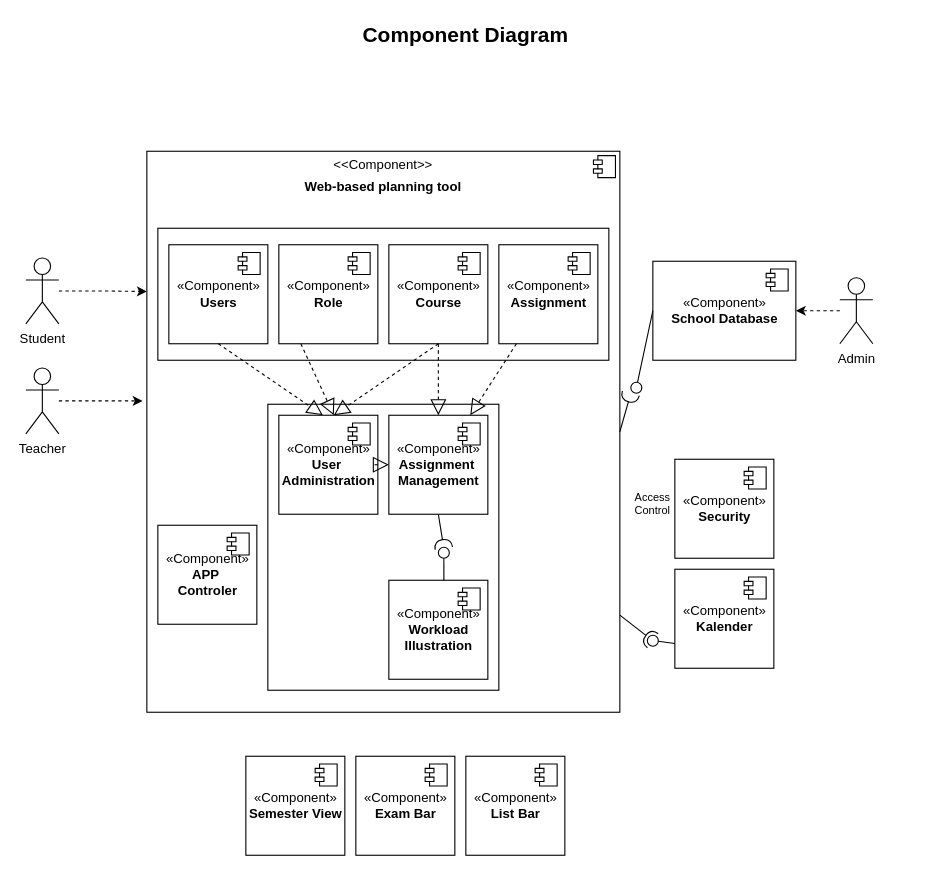
The draw.io diagram diagrams/Untitled Diagram.drawio in die-drei-fragezeichen/eXama, before the edit. Source tidied: cells renumbered, new cells numbered last; positions are measured from the earlier drawing's top-left corner, leaving out a move shared by most shapes. Both pictures are drawn from the tidied source at 110%, with x=0, y=0 at pixel (25, 19).
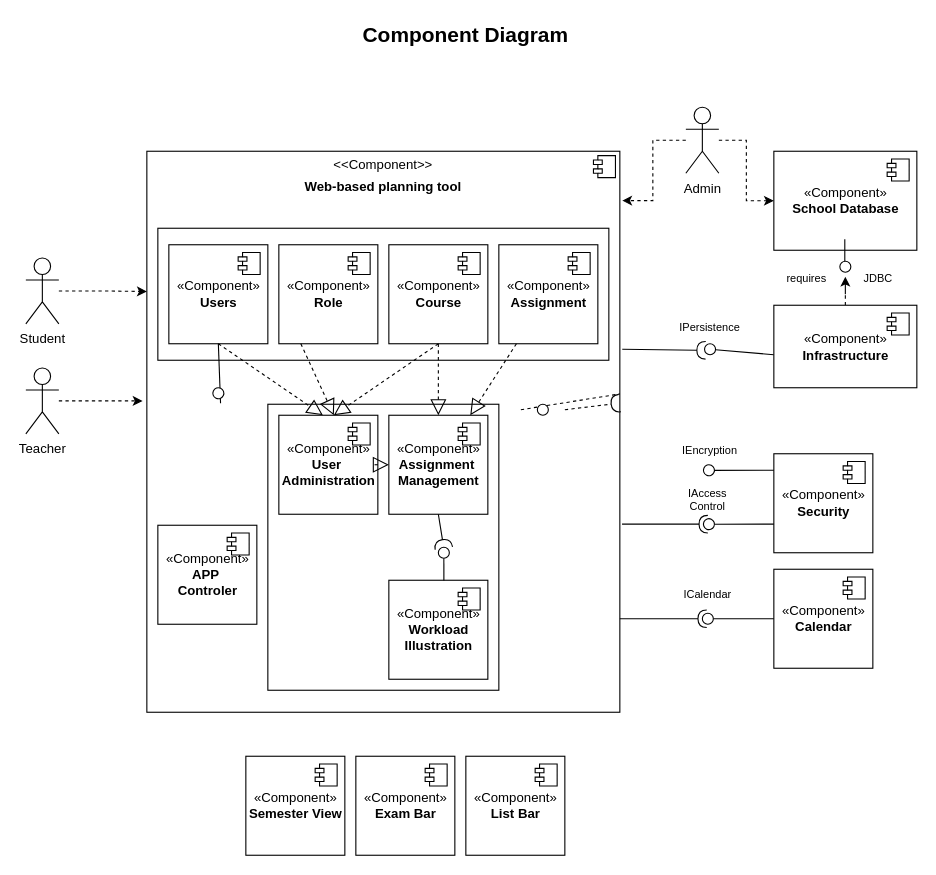
The same diagram, later.

Unchanged cells that the change refers to:
```xml
<mxCell id="2" value="&lt;p style=&quot;margin: 0px ; margin-top: 6px ; text-align: center&quot;&gt;&amp;lt;&amp;lt;Component&amp;gt;&amp;gt;&lt;/p&gt;&lt;p style=&quot;margin: 0px ; margin-top: 6px ; text-align: center&quot;&gt;&lt;b&gt;Web-based planning tool&lt;/b&gt;&lt;/p&gt;" style="align=left;overflow=fill;html=1;" parent="1" vertex="1">
  <mxGeometry x="110" y="120" width="430" height="510" as="geometry" />
</mxCell>
<mxCell id="30" value="«Component»&lt;br&gt;&lt;b&gt;Users&lt;/b&gt;" style="html=1;" parent="1" vertex="1">
  <mxGeometry x="130" y="205" width="90" height="90" as="geometry" />
</mxCell>
```

The edit, as a diff of the source:
```diff
@@
     <mxCell id="6" value="«Component»&lt;br&gt;&lt;b&gt;School Database&lt;/b&gt;" style="html=1;" parent="1" vertex="1">
-      <mxGeometry x="570" y="220" width="130" height="90" as="geometry" />
+      <mxGeometry x="680" y="120" width="130" height="90" as="geometry" />
     </mxCell>
@@
-    <mxCell id="10" style="edgeStyle=orthogonalEdgeStyle;rounded=0;jettySize=auto;html=1;entryX=1;entryY=0.5;entryDx=0;entryDy=0;dashed=1;" parent="1" edge="1" source="11" target="6">
-      <mxGeometry relative="1" as="geometry" />
-    </mxCell>
-    <mxCell id="11" value="Admin" style="shape=umlActor;verticalLabelPosition=bottom;verticalAlign=top;html=1;" parent="1" vertex="1">
-      <mxGeometry x="740" y="235" width="30" height="60" as="geometry" />
-    </mxCell>
@@
-    <mxCell id="14" style="rounded=0;jettySize=auto;html=1;endArrow=none;endFill=0;exitX=0;exitY=0.5;exitDx=0;exitDy=0;" parent="1" edge="1" source="6" target="16">
+    <mxCell id="14" style="rounded=0;jettySize=auto;html=1;endArrow=none;endFill=0;exitX=0;exitY=0.6;exitDx=0;exitDy=0;exitPerimeter=0;" parent="1" edge="1" source="65" target="16">
       <mxGeometry relative="1" as="geometry" />
     </mxCell>
-    <mxCell id="15" style="rounded=0;jettySize=auto;html=1;endArrow=halfCircle;endFill=0;endSize=6;strokeWidth=1;exitX=1;exitY=0.5;exitDx=0;exitDy=0;" parent="1" edge="1" source="2">
+    <mxCell id="15" style="rounded=0;orthogonalLoop=1;jettySize=auto;html=1;endArrow=halfCircle;endFill=0;endSize=6;strokeWidth=1;exitX=1.005;exitY=0.353;exitDx=0;exitDy=0;exitPerimeter=0;entryX=0.1;entryY=0.6;entryDx=0;entryDy=0;entryPerimeter=0;" parent="1" edge="1">
       <mxGeometry relative="1" as="geometry">
-        <mxPoint x="550" y="340" as="targetPoint" />
+        <mxPoint x="542.2" y="300" as="sourcePoint" />
+        <mxPoint x="618" y="301" as="targetPoint" />
       </mxGeometry>
     </mxCell>
     <mxCell id="16" style="ellipse;whiteSpace=wrap;html=1;fontFamily=Helvetica;fontSize=12;fontColor=#000000;align=center;strokeColor=#000000;fillColor=#ffffff;points=[];" parent="1" vertex="1">
-      <mxGeometry x="550" y="330" width="10" height="10" as="geometry" />
+      <mxGeometry x="617" y="295" width="10" height="10" as="geometry" />
     </mxCell>
@@
-    <mxCell id="24" value="«Component»&lt;br&gt;&lt;b&gt;Kalender&lt;/b&gt;" style="html=1;" parent="1" vertex="1">
-      <mxGeometry x="590" y="500" width="90" height="90" as="geometry" />
+    <mxCell id="24" value="«Component»&lt;br&gt;&lt;b&gt;Calendar&lt;/b&gt;" style="html=1;" parent="1" vertex="1">
+      <mxGeometry x="680" y="500" width="90" height="90" as="geometry" />
     </mxCell>
@@
     <mxCell id="40" value="«Component»&lt;br&gt;&lt;b&gt;Security&lt;/b&gt;" style="html=1;" parent="1" vertex="1">
-      <mxGeometry x="590" y="400" width="90" height="90" as="geometry" />
+      <mxGeometry x="680" y="395" width="90" height="90" as="geometry" />
     </mxCell>
@@
-    <mxCell id="42" style="rounded=0;jettySize=auto;html=1;endArrow=none;endFill=0;fontSize=19;exitX=0;exitY=0.75;exitDx=0;exitDy=0;" parent="1" edge="1" source="24" target="44">
+    <mxCell id="42" style="rounded=0;jettySize=auto;html=1;endArrow=none;endFill=0;fontSize=19;exitX=0;exitY=0.5;exitDx=0;exitDy=0;" parent="1" edge="1" source="24" target="44">
       <mxGeometry relative="1" as="geometry" />
     </mxCell>
-    <mxCell id="43" style="rounded=0;jettySize=auto;html=1;endArrow=halfCircle;endFill=0;entryX=0.5;entryY=0.5;entryDx=0;entryDy=0;endSize=6;strokeWidth=1;fontSize=19;" parent="1" edge="1" source="2" target="44">
-      <mxGeometry relative="1" as="geometry" />
+    <mxCell id="43" style="rounded=0;orthogonalLoop=1;jettySize=auto;html=1;endArrow=halfCircle;endFill=0;endSize=6;strokeWidth=1;fontSize=19;entryX=0;entryY=0.4;entryDx=0;entryDy=0;entryPerimeter=0;" parent="1" edge="1">
+      <mxGeometry relative="1" as="geometry">
+        <mxPoint x="540" y="545" as="sourcePoint" />
+        <mxPoint x="619" y="545" as="targetPoint" />
+      </mxGeometry>
     </mxCell>
     <mxCell id="44" style="ellipse;whiteSpace=wrap;html=1;fontFamily=Helvetica;fontSize=12;fontColor=#000000;align=center;strokeColor=#000000;fillColor=#ffffff;points=[];" parent="1" vertex="1">
-      <mxGeometry x="565" y="560" width="10" height="10" as="geometry" />
+      <mxGeometry x="615" y="540" width="10" height="10" as="geometry" />
     </mxCell>
@@
-    <mxCell id="56" value="Access Control" style="text;html=1;strokeColor=none;fillColor=none;align=center;verticalAlign=middle;whiteSpace=wrap;rounded=0;fontSize=10;" parent="1" vertex="1">
-      <mxGeometry x="550" y="430" width="40" height="20" as="geometry" />
+    <mxCell id="56" value="IAccess Control" style="text;html=1;strokeColor=none;fillColor=none;align=center;verticalAlign=middle;whiteSpace=wrap;rounded=0;fontSize=10;" parent="1" vertex="1">
+      <mxGeometry x="600" y="427" width="40" height="20" as="geometry" />
     </mxCell>
+    <mxCell id="57" style="rounded=0;jettySize=auto;html=1;endArrow=none;endFill=0;fontSize=10;" parent="1" edge="1" target="59">
+      <mxGeometry relative="1" as="geometry">
+        <mxPoint x="680" y="459" as="sourcePoint" />
+      </mxGeometry>
+    </mxCell>
+    <mxCell id="58" style="rounded=0;orthogonalLoop=1;jettySize=auto;html=1;endArrow=halfCircle;endFill=0;endSize=6;strokeWidth=1;fontSize=10;" parent="1" edge="1">
+      <mxGeometry relative="1" as="geometry">
+        <mxPoint x="542" y="459" as="sourcePoint" />
+        <mxPoint x="620" y="459" as="targetPoint" />
+      </mxGeometry>
+    </mxCell>
+    <mxCell id="59" style="ellipse;whiteSpace=wrap;html=1;fontFamily=Helvetica;fontSize=12;fontColor=#000000;align=center;strokeColor=#000000;fillColor=#ffffff;points=[];rotation=25;" parent="1" vertex="1">
+      <mxGeometry x="616" y="454" width="10" height="10" as="geometry" />
+    </mxCell>
+    <mxCell id="60" style="rounded=0;orthogonalLoop=1;jettySize=auto;html=1;endArrow=none;endFill=0;fontSize=10;" parent="1" edge="1">
+      <mxGeometry relative="1" as="geometry">
+        <mxPoint x="680" y="410" as="sourcePoint" />
+        <mxPoint x="626" y="410.1" as="targetPoint" />
+      </mxGeometry>
+    </mxCell>
+    <mxCell id="61" style="ellipse;whiteSpace=wrap;html=1;fontFamily=Helvetica;fontSize=12;fontColor=#000000;align=center;strokeColor=#000000;fillColor=#ffffff;rotation=25;" parent="1" vertex="1">
+      <mxGeometry x="616" y="405" width="10" height="10" as="geometry" />
+    </mxCell>
+    <mxCell id="62" value="IEncryption" style="text;html=1;strokeColor=none;fillColor=none;align=center;verticalAlign=middle;whiteSpace=wrap;rounded=0;fontSize=10;" parent="1" vertex="1">
+      <mxGeometry x="602" y="382" width="40" height="20" as="geometry" />
+    </mxCell>
+    <mxCell id="63" value="ICalendar" style="text;html=1;strokeColor=none;fillColor=none;align=center;verticalAlign=middle;whiteSpace=wrap;rounded=0;fontSize=10;" parent="1" vertex="1">
+      <mxGeometry x="600" y="513" width="40" height="20" as="geometry" />
+    </mxCell>
+    <mxCell id="64" style="edgeStyle=orthogonalEdgeStyle;rounded=0;jettySize=auto;html=1;entryX=0.5;entryY=1.4;entryDx=0;entryDy=0;entryPerimeter=0;fontSize=10;dashed=1;" parent="1" edge="1" source="65" target="69">
+      <mxGeometry relative="1" as="geometry" />
+    </mxCell>
+    <mxCell id="65" value="«Component»&lt;br&gt;&lt;b&gt;Infrastructure&lt;/b&gt;" style="html=1;" parent="1" vertex="1">
+      <mxGeometry x="680" y="260" width="130" height="75" as="geometry" />
+    </mxCell>
+    <mxCell id="66" style="shape=module;jettyWidth=8;jettyHeight=4;" parent="65" vertex="1">
+      <mxGeometry x="1" width="20" height="20" relative="1" as="geometry">
+        <mxPoint x="-27" y="7" as="offset" />
+      </mxGeometry>
+    </mxCell>
+    <mxCell id="67" value="IPersistence" style="text;html=1;strokeColor=none;fillColor=none;align=center;verticalAlign=middle;whiteSpace=wrap;rounded=0;fontSize=10;" parent="1" vertex="1">
+      <mxGeometry x="602" y="270" width="40" height="20" as="geometry" />
+    </mxCell>
+    <mxCell id="68" style="rounded=0;orthogonalLoop=1;jettySize=auto;html=1;endArrow=none;endFill=0;fontSize=10;" parent="1" edge="1">
+      <mxGeometry relative="1" as="geometry">
+        <mxPoint x="744.5" y="200" as="sourcePoint" />
+        <mxPoint x="744.5" y="220" as="targetPoint" />
+      </mxGeometry>
+    </mxCell>
+    <mxCell id="69" style="ellipse;whiteSpace=wrap;html=1;fontFamily=Helvetica;fontSize=12;fontColor=#000000;align=center;strokeColor=#000000;fillColor=#ffffff;points=[];" parent="1" vertex="1">
+      <mxGeometry x="740" y="220" width="10" height="10" as="geometry" />
+    </mxCell>
+    <mxCell id="70" value="requires" style="text;html=1;strokeColor=none;fillColor=none;align=center;verticalAlign=middle;whiteSpace=wrap;rounded=0;fontSize=10;" parent="1" vertex="1">
+      <mxGeometry x="690" y="225" width="40" height="20" as="geometry" />
+    </mxCell>
+    <mxCell id="71" value="JDBC" style="text;html=1;strokeColor=none;fillColor=none;align=center;verticalAlign=middle;whiteSpace=wrap;rounded=0;fontSize=10;" parent="1" vertex="1">
+      <mxGeometry x="755" y="225" width="40" height="20" as="geometry" />
+    </mxCell>
+    <mxCell id="10" style="edgeStyle=orthogonalEdgeStyle;rounded=0;jettySize=auto;html=1;entryX=0;entryY=0.5;entryDx=0;entryDy=0;dashed=1;fontSize=10;" parent="1" edge="1" source="11" target="6">
+      <mxGeometry relative="1" as="geometry" />
+    </mxCell>
+    <mxCell id="72" style="edgeStyle=orthogonalEdgeStyle;rounded=0;jettySize=auto;html=1;entryX=1.005;entryY=0.088;entryDx=0;entryDy=0;entryPerimeter=0;dashed=1;fontSize=10;" parent="1" edge="1" source="11" target="2">
+      <mxGeometry relative="1" as="geometry" />
+    </mxCell>
+    <mxCell id="11" value="Admin" style="shape=umlActor;verticalLabelPosition=bottom;verticalAlign=top;html=1;" parent="1" vertex="1">
+      <mxGeometry x="600" y="80" width="30" height="60" as="geometry" />
+    </mxCell>
+    <mxCell id="73" style="rounded=0;jettySize=auto;html=1;endArrow=none;endFill=0;dashed=1;fontSize=10;" parent="1" edge="1" target="2">
+      <mxGeometry relative="1" as="geometry">
+        <mxPoint x="450" y="355" as="sourcePoint" />
+      </mxGeometry>
+    </mxCell>
+    <mxCell id="74" style="rounded=0;jettySize=auto;html=1;endArrow=halfCircle;endFill=0;endSize=6;strokeWidth=1;dashed=1;fontSize=10;" parent="1" edge="1" target="2">
+      <mxGeometry relative="1" as="geometry">
+        <mxPoint x="490" y="355" as="sourcePoint" />
+      </mxGeometry>
+    </mxCell>
+    <mxCell id="75" style="ellipse;whiteSpace=wrap;html=1;fontFamily=Helvetica;fontSize=12;fontColor=#000000;align=center;strokeColor=#000000;fillColor=#ffffff;" parent="1" vertex="1">
+      <mxGeometry x="465" y="350" width="10" height="10" as="geometry" />
+    </mxCell>
+    <mxCell id="76" style="rounded=0;jettySize=auto;html=1;endArrow=none;endFill=0;fontSize=10;exitX=0.5;exitY=1;exitDx=0;exitDy=0;entryX=1.062;entryY=1.231;entryDx=0;entryDy=0;entryPerimeter=0;" parent="1" edge="1" source="30" target="77">
+      <mxGeometry relative="1" as="geometry" />
+    </mxCell>
+    <mxCell id="77" style="ellipse;whiteSpace=wrap;html=1;fontFamily=Helvetica;fontSize=12;fontColor=#000000;align=center;strokeColor=#000000;fillColor=#ffffff;points=[];rotation=25;" parent="1" vertex="1">
+      <mxGeometry x="170" y="335" width="10" height="10" as="geometry" />
+    </mxCell>
```
